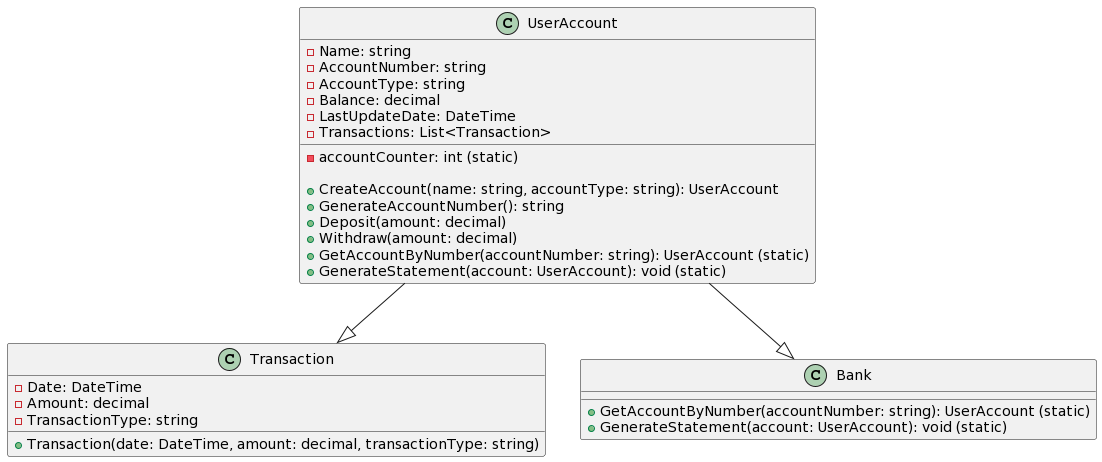
boolean-uk/csharp-tdd-oop-bank-challenge keeps this PlantUML diagram as ClassDiagram.png. Above is the earlier version.
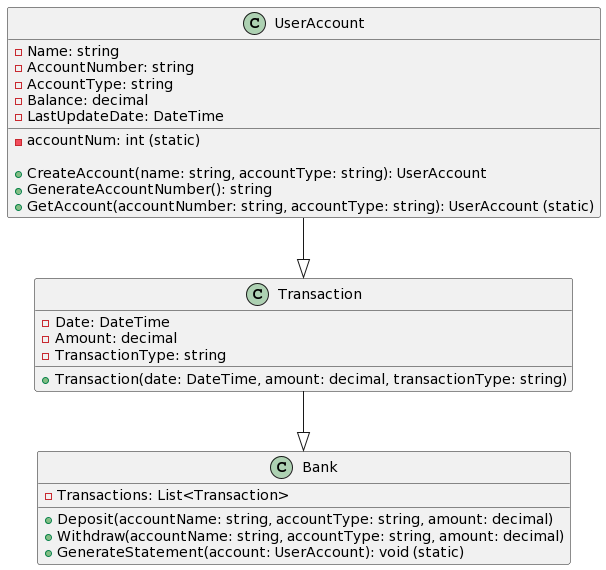
Above is the later version.

Change to the diagram source:
```diff
@@ -5,15 +5,11 @@
   - AccountType: string
   - Balance: decimal
   - LastUpdateDate: DateTime
-  - Transactions: List<Transaction>
-  - accountCounter: int (static)
+  - accountNum: int (static)
 
   + CreateAccount(name: string, accountType: string): UserAccount
   + GenerateAccountNumber(): string
-  + Deposit(amount: decimal)
-  + Withdraw(amount: decimal)
-  + GetAccountByNumber(accountNumber: string): UserAccount (static)
-  + GenerateStatement(account: UserAccount): void (static)
+  + GetAccount(accountNumber: string, accountType: string): UserAccount (static)
 }
 
 class Transaction {
@@ -25,10 +21,13 @@
 }
 
 class Bank {
-  + GetAccountByNumber(accountNumber: string): UserAccount (static)
+  - Transactions: List<Transaction>
+
+  + Deposit(accountName: string, accountType: string, amount: decimal)
+  + Withdraw(accountName: string, accountType: string, amount: decimal)
   + GenerateStatement(account: UserAccount): void (static)
 }
 
 UserAccount --|> Transaction
-UserAccount --|> Bank
+Transaction --|> Bank
 @enduml
```
